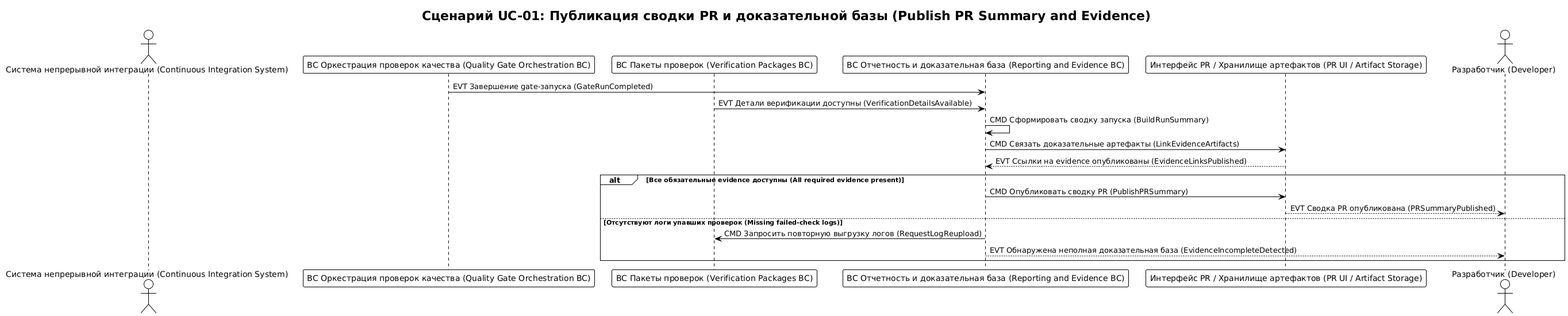
This is docs/requirements/сценарии/reporting-and-evidence/diagrams/UC-01-sequence.png from Druk83/RRDCS, a PlantUML export, as it was before one commit. Source of this version:
```plantuml
@startuml UC_01_sequence
!theme plain
skinparam backgroundColor #FFFFFF
title Сценарий UC-01: Публикация сводки PR и доказательной базы (Publish PR Summary and Evidence)

actor "Система непрерывной интеграции (Continuous Integration System)" as CI
participant "BC Оркестрация проверок качества (Quality Gate Orchestration BC)" as QGO
participant "BC Пакеты проверок (Verification Packages BC)" as VP
participant "BC Отчетность и доказательная база (Reporting and Evidence BC)" as RE
participant "Интерфейс PR / Хранилище артефактов (PR UI / Artifact Storage)" as UI
actor "Разработчик (Developer)" as Dev

QGO -> RE : EVT Завершение gate-запуска (GateRunCompleted)
VP -> RE : EVT Детали верификации доступны (VerificationDetailsAvailable)
RE -> RE : CMD Сформировать сводку запуска (BuildRunSummary)
RE -> UI : CMD Связать доказательные артефакты (LinkEvidenceArtifacts)
UI --> RE : EVT Ссылки на evidence опубликованы (EvidenceLinksPublished)

alt Все обязательные evidence доступны (All required evidence present)
  RE -> UI : CMD Опубликовать сводку PR (PublishPRSummary)
  UI --> Dev : EVT Сводка PR опубликована (PRSummaryPublished)
else Отсутствуют логи упавших проверок (Missing failed-check logs)
  RE -> VP : CMD Запросить повторную выгрузку логов (RequestLogReupload)
  RE --> Dev : EVT Обнаружена неполная доказательная база (EvidenceIncompleteDetected)
end

@enduml
```
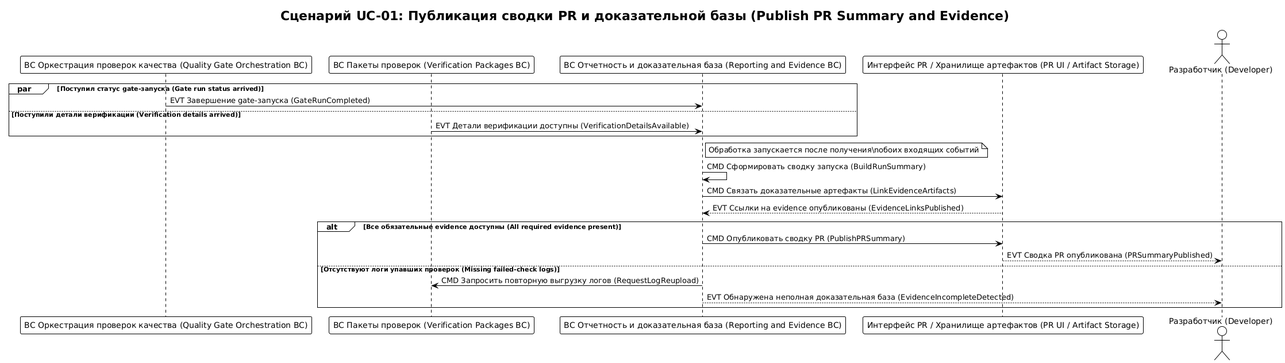
The same file after the commit.

Change to the diagram source:
```diff
@@ -3,15 +3,20 @@
 skinparam backgroundColor #FFFFFF
 title Сценарий UC-01: Публикация сводки PR и доказательной базы (Publish PR Summary and Evidence)
 
-actor "Система непрерывной интеграции (Continuous Integration System)" as CI
 participant "BC Оркестрация проверок качества (Quality Gate Orchestration BC)" as QGO
 participant "BC Пакеты проверок (Verification Packages BC)" as VP
 participant "BC Отчетность и доказательная база (Reporting and Evidence BC)" as RE
 participant "Интерфейс PR / Хранилище артефактов (PR UI / Artifact Storage)" as UI
 actor "Разработчик (Developer)" as Dev
 
-QGO -> RE : EVT Завершение gate-запуска (GateRunCompleted)
-VP -> RE : EVT Детали верификации доступны (VerificationDetailsAvailable)
+par Поступил статус gate-запуска (Gate run status arrived)
+  QGO -> RE : EVT Завершение gate-запуска (GateRunCompleted)
+else Поступили детали верификации (Verification details arrived)
+  VP -> RE : EVT Детали верификации доступны (VerificationDetailsAvailable)
+end
+note right of RE
+  Обработка запускается после получения\nобоих входящих событий
+end note
 RE -> RE : CMD Сформировать сводку запуска (BuildRunSummary)
 RE -> UI : CMD Связать доказательные артефакты (LinkEvidenceArtifacts)
 UI --> RE : EVT Ссылки на evidence опубликованы (EvidenceLinksPublished)
```
